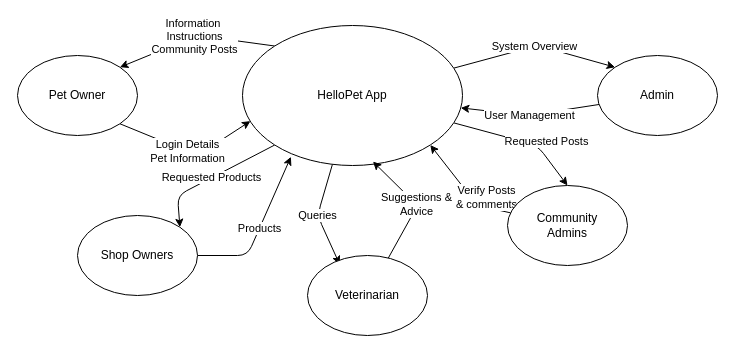
Rayal-Khatri/HlwPet keeps this draw.io diagram as Diagrams/DFD-LV0.drawio. Above is the earlier version. Source tidied: cells renumbered, new cells numbered last; positions are measured from the earlier drawing's top-left corner, leaving out a move shared by most shapes. Both pictures are drawn from the tidied source at 100%, with x=0, y=0 at pixel (17, 25).
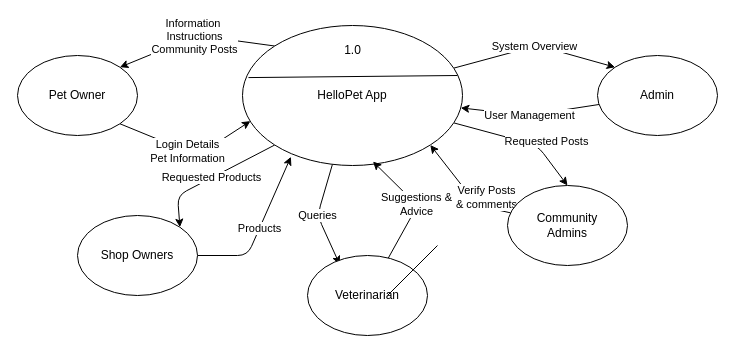
The same diagram, later.

Commit message (it also covers changes not shown here):
Lv1 DFD. i did my best :(

Unchanged cells that the change refers to:
```xml
<mxCell id="9" value="HelloPet App" style="ellipse;whiteSpace=wrap;html=1;" parent="1" vertex="1">
  <mxGeometry x="225" width="220" height="140" as="geometry" />
</mxCell>
```

The edit, as a diff of the source:
```diff
@@
+    <mxCell id="18" style="endArrow=none;html=1;" parent="1" edge="1">
+      <mxGeometry relative="1" as="geometry">
+        <mxPoint x="370" y="270" as="sourcePoint" />
+        <mxPoint x="420" y="220" as="targetPoint" />
+      </mxGeometry>
+    </mxCell>
+    <mxCell id="19" style="endArrow=none;html=1;exitX=0.027;exitY=0.372;exitDx=0;exitDy=0;exitPerimeter=0;" parent="1" edge="1" source="9">
+      <mxGeometry relative="1" as="geometry">
+        <mxPoint x="440" y="50" as="targetPoint" />
+      </mxGeometry>
+    </mxCell>
+    <mxCell id="20" value="1.0" style="text;html=1;align=center;verticalAlign=middle;strokeColor=none;fillColor=none;" parent="1" vertex="1">
+      <mxGeometry x="315" y="10" width="40" height="30" as="geometry" />
+    </mxCell>
```
